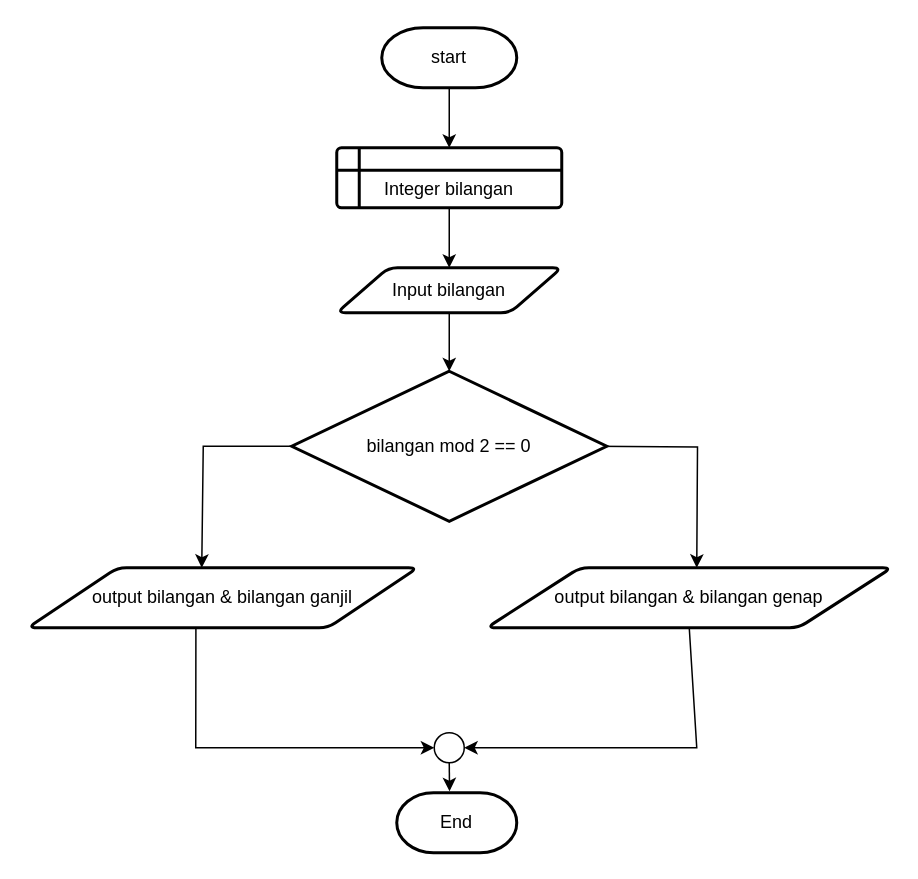
Above: Untitled Diagram.drawio in tasyadwii/ALGO_23241028 (draw.io), before the change. Source tidied: cells renumbered, new cells numbered last; positions are measured from the earlier drawing's top-left corner, leaving out a move shared by most shapes. Both pictures are drawn from the tidied source at 150%, with x=0, y=0 at pixel (27, 27).
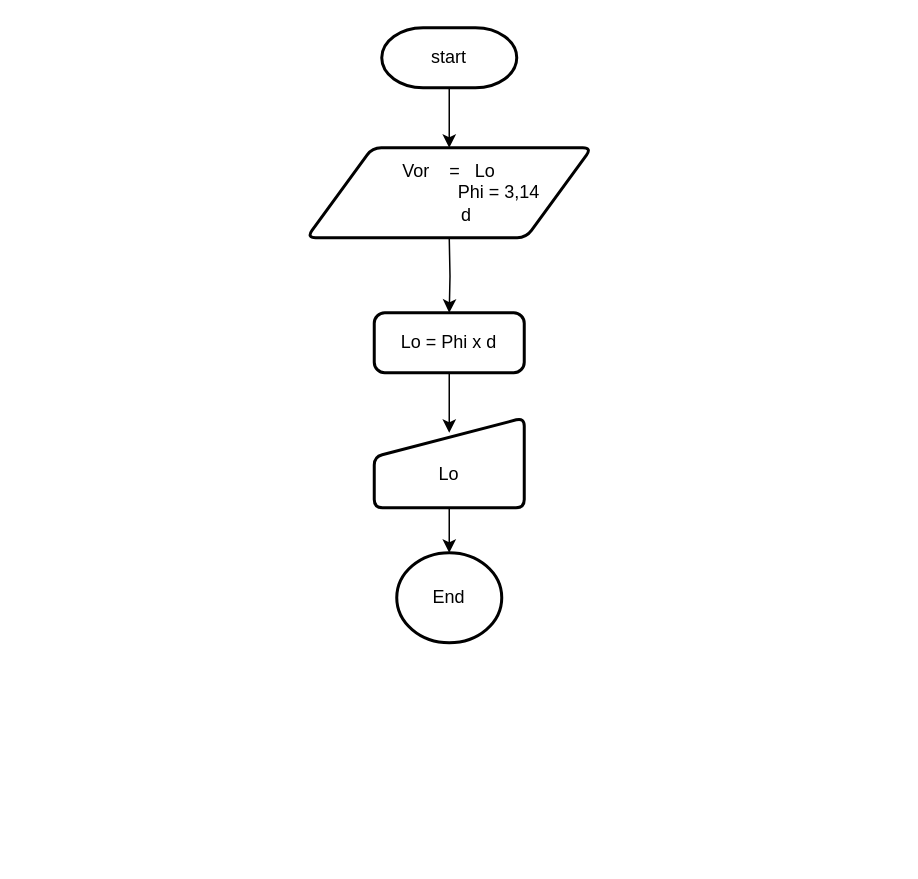
Above is the later version.

Commit message:
flowchat menghitung luar lingkaran jika hanya diketahui diometer lingkaran saja

Unchanged cells that the change refers to:
```xml
<mxCell id="3" value="start" style="strokeWidth=2;html=1;shape=mxgraph.flowchart.terminator;whiteSpace=wrap;" parent="1" vertex="1">
  <mxGeometry x="236" width="90" height="40" as="geometry" />
</mxCell>
```

What changed in the source:
```diff
@@
-    <mxCell id="2" style="edgeStyle=orthogonalEdgeStyle;rounded=0;jettySize=auto;html=1;exitX=0.5;exitY=1;exitDx=0;exitDy=0;exitPerimeter=0;entryX=0.5;entryY=0;entryDx=0;entryDy=0;" parent="1" edge="1" source="3" target="4">
-      <mxGeometry relative="1" as="geometry" />
+    <mxCell id="2" style="edgeStyle=orthogonalEdgeStyle;rounded=0;jettySize=auto;html=1;exitX=0.5;exitY=1;exitDx=0;exitDy=0;exitPerimeter=0;entryX=0.5;entryY=0;entryDx=0;entryDy=0;" parent="1" edge="1" source="3">
+      <mxGeometry relative="1" as="geometry">
+        <mxPoint x="281" y="80" as="targetPoint" />
+      </mxGeometry>
     </mxCell>
@@
-    <mxCell id="4" value="&lt;div&gt;&lt;br&gt;&lt;/div&gt;&lt;div&gt;Integer bilangan&lt;br&gt;&lt;/div&gt;" style="shape=internalStorage;whiteSpace=wrap;html=1;dx=15;dy=15;rounded=1;arcSize=8;strokeWidth=2;" parent="1" vertex="1">
-      <mxGeometry x="206" y="80" width="150" height="40" as="geometry" />
-    </mxCell>
-    <mxCell id="5" style="edgeStyle=orthogonalEdgeStyle;rounded=0;orthogonalLoop=1;jettySize=auto;html=1;exitX=0;exitY=0.5;exitDx=0;exitDy=0;exitPerimeter=0;" parent="1" edge="1">
-      <mxGeometry relative="1" as="geometry">
-        <mxPoint x="186" y="279" as="sourcePoint" />
-        <mxPoint x="116" y="360" as="targetPoint" />
-        <Array as="points">
-          <mxPoint x="117" y="279" />
-        </Array>
-      </mxGeometry>
-    </mxCell>
-    <mxCell id="6" style="edgeStyle=orthogonalEdgeStyle;rounded=0;orthogonalLoop=1;jettySize=auto;html=1;exitX=1;exitY=0.5;exitDx=0;exitDy=0;exitPerimeter=0;" parent="1" edge="1">
-      <mxGeometry relative="1" as="geometry">
-        <mxPoint x="376" y="279" as="sourcePoint" />
-        <mxPoint x="446" y="360" as="targetPoint" />
-      </mxGeometry>
-    </mxCell>
-    <mxCell id="7" value="bilangan mod 2 == 0" style="strokeWidth=2;html=1;shape=mxgraph.flowchart.decision;whiteSpace=wrap;" parent="1" vertex="1">
-      <mxGeometry x="176" y="229" width="210" height="100" as="geometry" />
-    </mxCell>
-    <mxCell id="8" style="edgeStyle=orthogonalEdgeStyle;rounded=0;jettySize=auto;html=1;" parent="1" edge="1" source="4" target="9">
-      <mxGeometry relative="1" as="geometry" />
-    </mxCell>
-    <mxCell id="9" value="Input bilangan" style="shape=parallelogram;html=1;strokeWidth=2;perimeter=parallelogramPerimeter;whiteSpace=wrap;rounded=1;arcSize=12;size=0.23;" parent="1" vertex="1">
-      <mxGeometry x="206" y="160" width="150" height="30" as="geometry" />
-    </mxCell>
-    <mxCell id="10" style="edgeStyle=orthogonalEdgeStyle;rounded=0;jettySize=auto;html=1;exitX=0.5;exitY=1;exitDx=0;exitDy=0;entryX=0.5;entryY=0;entryDx=0;entryDy=0;entryPerimeter=0;" parent="1" edge="1" source="9" target="7">
-      <mxGeometry relative="1" as="geometry" />
+    <mxCell id="10" style="edgeStyle=orthogonalEdgeStyle;rounded=0;jettySize=auto;html=1;exitX=0.5;exitY=1;exitDx=0;exitDy=0;entryX=0.5;entryY=0;entryDx=0;entryDy=0;" parent="1" edge="1" target="18">
+      <mxGeometry relative="1" as="geometry">
+        <mxPoint x="281" y="140" as="sourcePoint" />
+      </mxGeometry>
     </mxCell>
-    <mxCell id="11" value="output bilangan &amp;amp; bilangan ganjil" style="shape=parallelogram;html=1;strokeWidth=2;perimeter=parallelogramPerimeter;whiteSpace=wrap;rounded=1;arcSize=12;size=0.23;" parent="1" vertex="1">
-      <mxGeometry y="360" width="260" height="40" as="geometry" />
-    </mxCell>
-    <mxCell id="12" value="output bilangan &amp;amp; bilangan genap" style="shape=parallelogram;html=1;strokeWidth=2;perimeter=parallelogramPerimeter;whiteSpace=wrap;rounded=1;arcSize=12;size=0.23;" parent="1" vertex="1">
-      <mxGeometry x="306" y="360" width="270" height="40" as="geometry" />
-    </mxCell>
-    <mxCell id="13" style="endArrow=classic;html=1;rounded=0;exitX=0.5;exitY=1;exitDx=0;exitDy=0;entryX=1;entryY=0.5;entryDx=0;entryDy=0;" parent="1" edge="1" source="12">
-      <mxGeometry relative="1" as="geometry">
-        <mxPoint x="291" y="480" as="targetPoint" />
-        <Array as="points">
-          <mxPoint x="446" y="480" />
-          <mxPoint x="316" y="480" />
-        </Array>
-      </mxGeometry>
-    </mxCell>
+    <mxCell id="18" value="Lo = Phi x d" style="rounded=1;whiteSpace=wrap;html=1;absoluteArcSize=1;arcSize=14;strokeWidth=2;" parent="1" vertex="1">
+      <mxGeometry x="231" y="190" width="100" height="40" as="geometry" />
+    </mxCell>
+    <mxCell id="19" value="&lt;div&gt;&lt;br&gt;&lt;/div&gt;&lt;div&gt;Lo&lt;br&gt;&lt;/div&gt;" style="html=1;strokeWidth=2;shape=manualInput;whiteSpace=wrap;rounded=1;size=26;arcSize=11;" parent="1" vertex="1">
+      <mxGeometry x="231" y="260" width="100" height="60" as="geometry" />
+    </mxCell>
+    <mxCell id="20" style="edgeStyle=orthogonalEdgeStyle;rounded=0;jettySize=auto;html=1;exitX=0.5;exitY=1;exitDx=0;exitDy=0;entryX=0.5;entryY=0.167;entryDx=0;entryDy=0;entryPerimeter=0;" parent="1" edge="1" source="18" target="19">
+      <mxGeometry relative="1" as="geometry" />
+    </mxCell>
-    <mxCell id="14" value="End" style="strokeWidth=2;html=1;shape=mxgraph.flowchart.terminator;whiteSpace=wrap;" parent="1" vertex="1">
-      <mxGeometry x="246" y="510" width="80" height="40" as="geometry" />
+    <mxCell id="14" value="End" style="strokeWidth=2;html=1;shape=mxgraph.flowchart.start_2;whiteSpace=wrap;" parent="1" vertex="1">
+      <mxGeometry x="246" y="350" width="70" height="60" as="geometry" />
     </mxCell>
-    <mxCell id="15" style="ellipse;whiteSpace=wrap;html=1;" parent="1" vertex="1">
-      <mxGeometry x="271" y="470" width="20" height="20" as="geometry" />
-    </mxCell>
-    <mxCell id="16" style="edgeStyle=orthogonalEdgeStyle;rounded=0;jettySize=auto;html=1;exitX=0.5;exitY=1;exitDx=0;exitDy=0;entryX=0.44;entryY=-0.025;entryDx=0;entryDy=0;entryPerimeter=0;" parent="1" edge="1" source="15" target="14">
-      <mxGeometry relative="1" as="geometry" />
-    </mxCell>
-    <mxCell id="17" style="endArrow=classic;html=1;rounded=0;entryX=0;entryY=0.5;entryDx=0;entryDy=0;exitX=0.431;exitY=1.125;exitDx=0;exitDy=0;exitPerimeter=0;" parent="1" edge="1" target="15">
-      <mxGeometry relative="1" as="geometry">
-        <mxPoint x="112.1" y="400" as="sourcePoint" />
-        <Array as="points">
-          <mxPoint x="112" y="480" />
-        </Array>
-      </mxGeometry>
-    </mxCell>
+    <mxCell id="21" style="edgeStyle=orthogonalEdgeStyle;rounded=0;jettySize=auto;html=1;exitX=0.5;exitY=1;exitDx=0;exitDy=0;entryX=0.5;entryY=0;entryDx=0;entryDy=0;entryPerimeter=0;" parent="1" edge="1" source="19" target="14">
+      <mxGeometry relative="1" as="geometry" />
+    </mxCell>
+    <mxCell id="22" value="&lt;div&gt;Vor&amp;nbsp;&amp;nbsp;&amp;nbsp; =&amp;nbsp;&amp;nbsp; Lo&lt;/div&gt;&lt;div&gt;&amp;nbsp;&amp;nbsp;&amp;nbsp;&amp;nbsp;&amp;nbsp;&amp;nbsp;&amp;nbsp;&amp;nbsp;&amp;nbsp;&amp;nbsp;&amp;nbsp;&amp;nbsp;&amp;nbsp;&amp;nbsp;&amp;nbsp;&amp;nbsp;&amp;nbsp;&amp;nbsp;&amp;nbsp; Phi = 3,14 &lt;br&gt;&lt;/div&gt;&lt;div&gt;&amp;nbsp;&amp;nbsp;&amp;nbsp;&amp;nbsp;&amp;nbsp;&amp;nbsp; d&lt;br&gt;&lt;/div&gt;" style="shape=parallelogram;html=1;strokeWidth=2;perimeter=parallelogramPerimeter;whiteSpace=wrap;rounded=1;arcSize=12;size=0.23;" parent="1" vertex="1">
+      <mxGeometry x="186" y="80" width="190" height="60" as="geometry" />
+    </mxCell>
```
